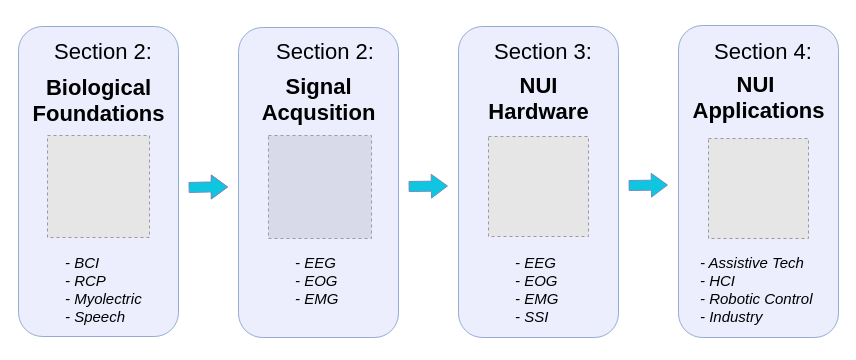
Before: docs/survey_structure.drawio in theyoungkwon/CNB, a draw.io diagram. Source tidied: cells renumbered, new cells numbered last; positions are measured from the earlier drawing's top-left corner, leaving out a move shared by most shapes. Both pictures are drawn from the tidied source at 100%, with x=0, y=0 at pixel (18, 17). Pictures stored in the file or linked from it are replaced by grey dashed boxes.
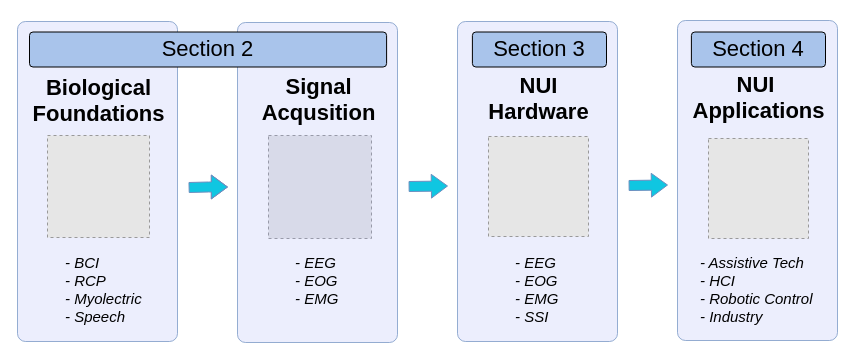
Above is the later version.

Diff of the diagram source:
```diff
@@
-    <mxCell id="2" value="&lt;span style=&quot;font-size: 20px&quot;&gt;&lt;br&gt;&lt;/span&gt;" style="rounded=1;whiteSpace=wrap;html=1;fillColor=#94A0F1;strokeColor=#6c8ebf;fillOpacity=25;align=center;opacity=70;" parent="1" vertex="1">
-      <mxGeometry y="9" width="160" height="310" as="geometry" />
+    <mxCell id="2" value="&lt;span style=&quot;font-size: 20px&quot;&gt;&lt;br&gt;&lt;/span&gt;" style="rounded=1;whiteSpace=wrap;html=1;fillColor=#94A0F1;strokeColor=#6c8ebf;fillOpacity=25;align=center;opacity=70;arcSize=5;" parent="1" vertex="1">
+      <mxGeometry x="-1" y="4" width="160" height="320" as="geometry" />
     </mxCell>
@@
-    <mxCell id="5" value="&lt;span style=&quot;font-size: 20px&quot;&gt;&lt;br&gt;&lt;/span&gt;" style="rounded=1;whiteSpace=wrap;html=1;fillColor=#94A0F1;strokeColor=#6c8ebf;fillOpacity=25;align=center;opacity=70;" parent="1" vertex="1">
-      <mxGeometry x="220" y="10" width="160" height="310" as="geometry" />
+    <mxCell id="5" value="&lt;span style=&quot;font-size: 20px&quot;&gt;&lt;br&gt;&lt;/span&gt;" style="rounded=1;whiteSpace=wrap;html=1;fillColor=#94A0F1;strokeColor=#6c8ebf;fillOpacity=25;align=center;opacity=70;arcSize=5;" parent="1" vertex="1">
+      <mxGeometry x="219" y="5" width="160" height="320" as="geometry" />
     </mxCell>
@@
-    <mxCell id="7" value="&lt;h1 style=&quot;font-size: 22px&quot;&gt;&lt;span style=&quot;font-size: 22px ; font-weight: normal&quot;&gt;&lt;span style=&quot;font-size: 22px ; font-style: normal&quot;&gt;Section 2:&lt;/span&gt;&lt;/span&gt;&lt;/h1&gt;" style="text;html=1;fontFamily=Helvetica;fontStyle=3;fontSize=22;" parent="1" vertex="1">
-      <mxGeometry x="34.1" width="91.8" height="58" as="geometry" />
-    </mxCell>
@@
-    <mxCell id="13" value="&lt;span style=&quot;font-size: 20px&quot;&gt;&lt;br&gt;&lt;/span&gt;" style="rounded=1;whiteSpace=wrap;html=1;fillColor=#94A0F1;strokeColor=#6c8ebf;fillOpacity=25;align=center;opacity=70;" parent="1" vertex="1">
-      <mxGeometry x="440" y="9" width="160" height="311" as="geometry" />
+    <mxCell id="13" value="&lt;span style=&quot;font-size: 20px&quot;&gt;&lt;br&gt;&lt;/span&gt;" style="rounded=1;whiteSpace=wrap;html=1;fillColor=#94A0F1;strokeColor=#6c8ebf;fillOpacity=25;align=center;opacity=70;arcSize=5;" parent="1" vertex="1">
+      <mxGeometry x="439" y="4" width="160" height="320" as="geometry" />
     </mxCell>
@@
-    <mxCell id="18" value="&lt;span style=&quot;font-size: 20px&quot;&gt;&lt;br&gt;&lt;/span&gt;" style="rounded=1;whiteSpace=wrap;html=1;fillColor=#94A0F1;strokeColor=#6c8ebf;fillOpacity=25;align=center;opacity=70;" parent="1" vertex="1">
-      <mxGeometry x="660" y="8" width="160" height="312" as="geometry" />
+    <mxCell id="18" value="&lt;span style=&quot;font-size: 20px&quot;&gt;&lt;br&gt;&lt;/span&gt;" style="rounded=1;whiteSpace=wrap;html=1;fillColor=#94A0F1;strokeColor=#6c8ebf;fillOpacity=25;align=center;opacity=70;arcSize=5;" parent="1" vertex="1">
+      <mxGeometry x="659" y="3" width="160" height="320" as="geometry" />
     </mxCell>
@@
-    <mxCell id="25" value="&lt;h1 style=&quot;font-size: 22px&quot;&gt;&lt;span style=&quot;font-size: 22px ; font-weight: normal&quot;&gt;&lt;span style=&quot;font-size: 22px ; font-style: normal&quot;&gt;Section 2:&lt;/span&gt;&lt;/span&gt;&lt;/h1&gt;" style="text;html=1;fontFamily=Helvetica;fontStyle=3;fontSize=22;" parent="1" vertex="1">
-      <mxGeometry x="255.6" width="91.8" height="58" as="geometry" />
-    </mxCell>
-    <mxCell id="26" value="&lt;h1 style=&quot;font-size: 22px&quot;&gt;&lt;span style=&quot;font-size: 22px ; font-weight: normal&quot;&gt;&lt;span style=&quot;font-size: 22px ; font-style: normal&quot;&gt;Section 3:&lt;/span&gt;&lt;/span&gt;&lt;/h1&gt;" style="text;html=1;fontFamily=Helvetica;fontStyle=3;fontSize=22;" parent="1" vertex="1">
-      <mxGeometry x="474.1" width="91.8" height="58" as="geometry" />
-    </mxCell>
-    <mxCell id="27" value="&lt;h1 style=&quot;font-size: 22px&quot;&gt;&lt;span style=&quot;font-size: 22px ; font-weight: normal&quot;&gt;&lt;span style=&quot;font-size: 22px ; font-style: normal&quot;&gt;Section 4:&lt;/span&gt;&lt;/span&gt;&lt;/h1&gt;" style="text;html=1;fontFamily=Helvetica;fontStyle=3;fontSize=22;" parent="1" vertex="1">
-      <mxGeometry x="694.1" width="91.8" height="58" as="geometry" />
-    </mxCell>
+    <mxCell id="28" value="&lt;span style=&quot;font-size: 22px&quot;&gt;Section 3&lt;/span&gt;&lt;span style=&quot;font-size: 20px&quot;&gt;&lt;br&gt;&lt;/span&gt;" style="rounded=1;whiteSpace=wrap;html=1;fillOpacity=100;align=center;arcSize=10;fillColor=#A9C4EB;" parent="1" vertex="1">
+      <mxGeometry x="453.9" y="14.5" width="134.1" height="35" as="geometry" />
+    </mxCell>
+    <mxCell id="29" value="&lt;span style=&quot;font-size: 22px ; white-space: normal&quot;&gt;Section 4&lt;/span&gt;" style="rounded=1;whiteSpace=wrap;html=1;fillOpacity=100;align=center;arcSize=10;fillColor=#A9C4EB;" parent="1" vertex="1">
+      <mxGeometry x="672.9" y="14.5" width="134.1" height="35" as="geometry" />
+    </mxCell>
+    <mxCell id="30" value="&lt;font style=&quot;font-size: 22px&quot;&gt;Section 2&lt;/font&gt;" style="rounded=1;whiteSpace=wrap;html=1;fillOpacity=100;align=center;arcSize=10;strokeOpacity=100;fillColor=#A9C4EB;" parent="1" vertex="1">
+      <mxGeometry x="11" y="14.5" width="357.1" height="35" as="geometry" />
+    </mxCell>
```
